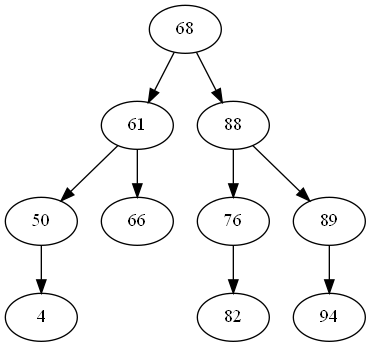
Earlier version of the Graphviz export ch6/bst_e7.dot.png (NifleySnifley/ADS). Its source is kept beside it as ch6/bst_e7.dot.
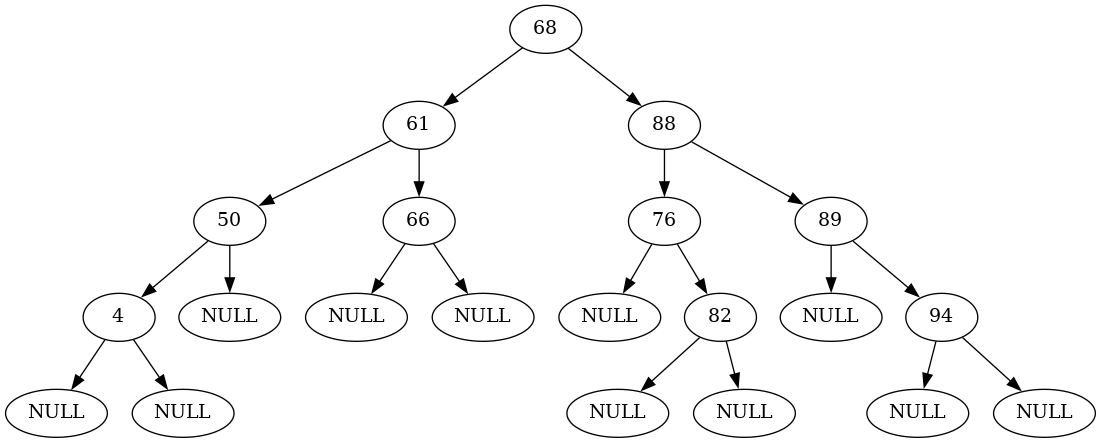
After the change.

What changed in the source:
```diff
@@ -3,18 +3,40 @@
 	61 [label=61]
 	50 [label=50]
 	4 [label=4]
+	"4-L" [label=NULL]
+	4 -> "4-L"
+	"4-R" [label=NULL]
+	4 -> "4-R"
 	50 -> 4
+	"50-R" [label=NULL]
+	50 -> "50-R"
 	61 -> 50
 	66 [label=66]
+	"66-L" [label=NULL]
+	66 -> "66-L"
+	"66-R" [label=NULL]
+	66 -> "66-R"
 	61 -> 66
 	68 -> 61
 	88 [label=88]
 	76 [label=76]
+	"76-L" [label=NULL]
+	76 -> "76-L"
 	82 [label=82]
+	"82-L" [label=NULL]
+	82 -> "82-L"
+	"82-R" [label=NULL]
+	82 -> "82-R"
 	76 -> 82
 	88 -> 76
 	89 [label=89]
+	"89-L" [label=NULL]
+	89 -> "89-L"
 	94 [label=94]
+	"94-L" [label=NULL]
+	94 -> "94-L"
+	"94-R" [label=NULL]
+	94 -> "94-R"
 	89 -> 94
 	88 -> 89
 	68 -> 88
```
